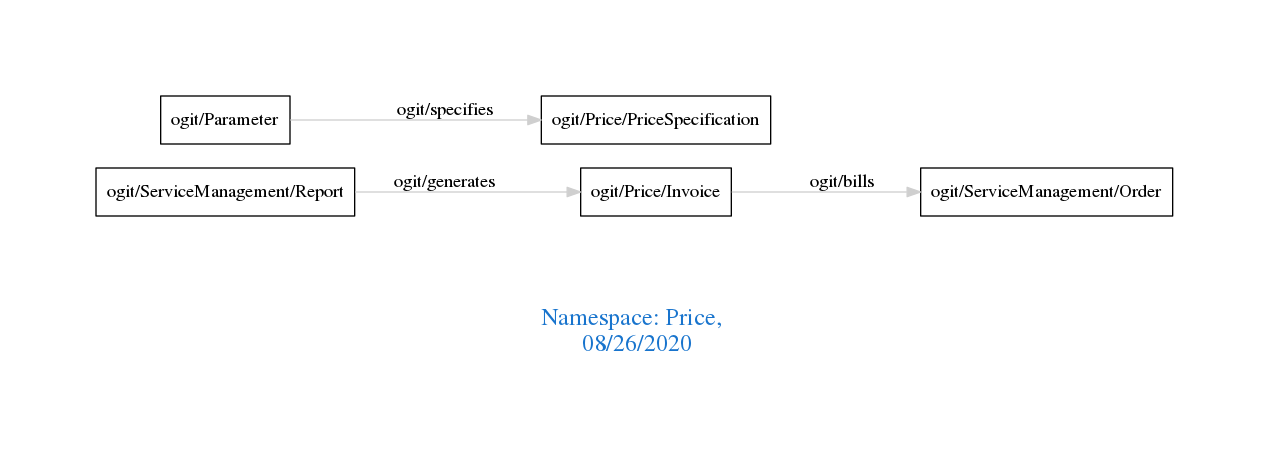
Above: downloads/Price.png in arago/OGIT (Graphviz), before the change. Its source is kept beside it as downloads/Price.dot.
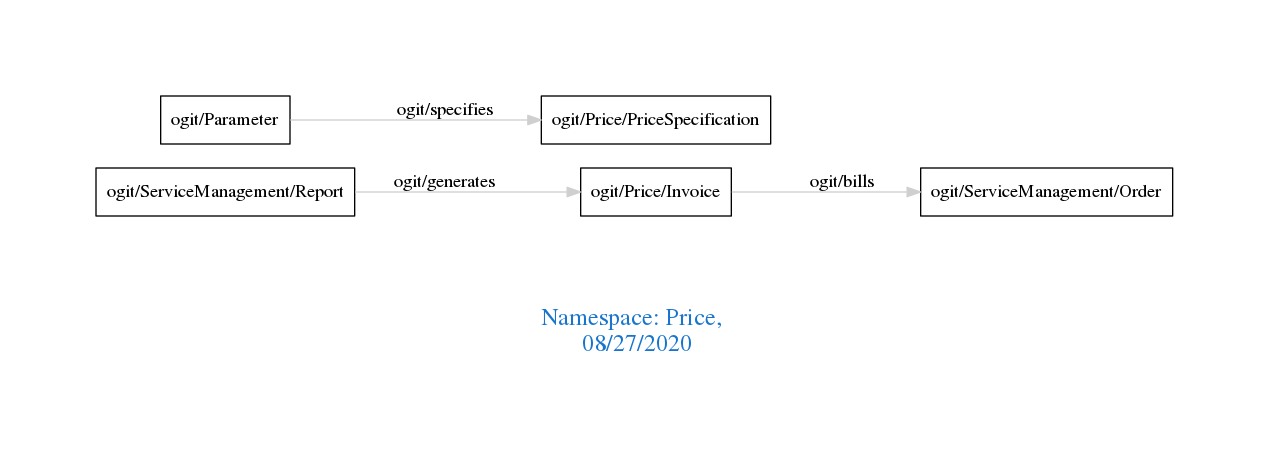
The same file after the commit.

Change to the diagram source:
```diff
@@ -1,7 +1,7 @@
 digraph OGIT_ontology {
  graph [ rankdir= LR,pad=1
 fontsize = 18,
-fontcolor= dodgerblue3,label = "\n\n\nNamespace: Price, \n 08/26/2020"];
+fontcolor= dodgerblue3,label = "\n\n\nNamespace: Price, \n 08/27/2020"];
 node[shape=polygon];
 edge [  color="gray81"];
 
```
